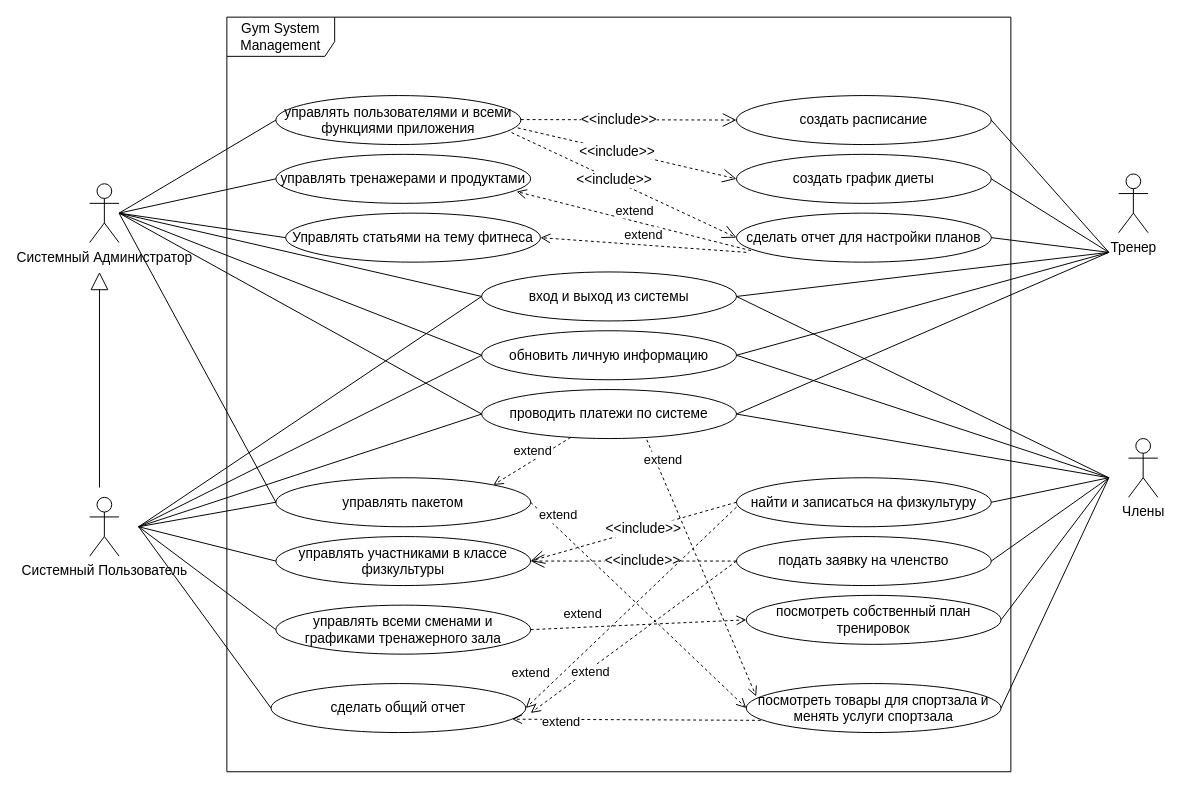
The draw.io diagram page "Use-case Diagram" (3 of 7) of Biểu đồ không có tiêu đề.drawio in quyettranvu/Lab2-3_UML, before the edit. Source tidied: cells renumbered, new cells numbered last; positions are measured from the earlier drawing's top-left corner, leaving out a move shared by most shapes. Both pictures are drawn from the tidied source at 98%, with x=0, y=0 at pixel (89, 17).
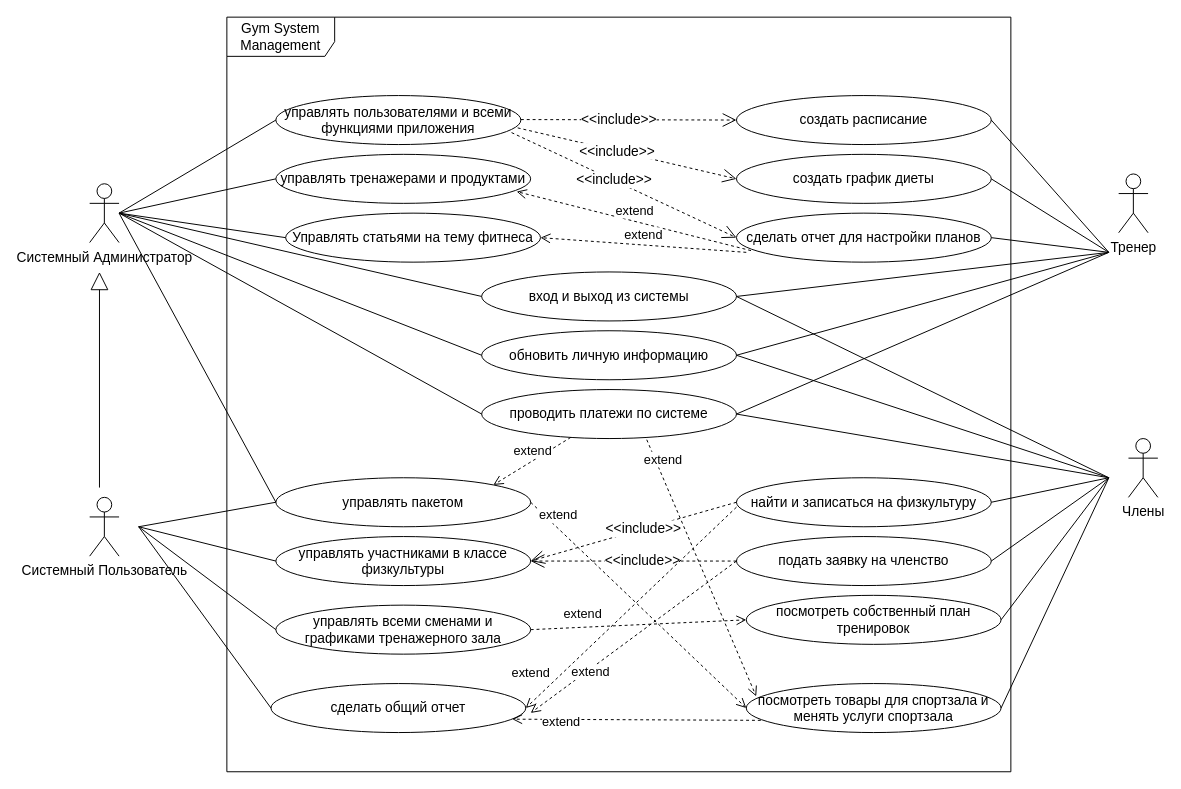
The same page after the edit.

Unchanged cells that the change refers to:
```xml
<mxCell id="10" value="вход и выход из системы" style="ellipse;whiteSpace=wrap;html=1;fontSize=14;" parent="1" vertex="1">
  <mxGeometry x="400" y="260" width="260" height="50" as="geometry" />
</mxCell>
<mxCell id="11" value="обновить личную информацию" style="ellipse;whiteSpace=wrap;html=1;fontSize=14;" parent="1" vertex="1">
  <mxGeometry x="400" y="320" width="260" height="50" as="geometry" />
</mxCell>
<mxCell id="12" value="проводить платежи по системе" style="ellipse;whiteSpace=wrap;html=1;fontSize=14;" parent="1" vertex="1">
  <mxGeometry x="400" y="380" width="260" height="50" as="geometry" />
</mxCell>
```

Change to the diagram source:
```diff
@@
-    <mxCell id="35" style="endArrow=none;endFill=0;endSize=12;html=1;rounded=0;fontSize=13;entryX=0;entryY=0.5;entryDx=0;entryDy=0;" parent="1" edge="1" target="10">
-      <mxGeometry relative="1" as="geometry">
-        <mxPoint x="50" y="520" as="sourcePoint" />
-      </mxGeometry>
-    </mxCell>
-    <mxCell id="36" style="endArrow=none;endFill=0;endSize=12;html=1;rounded=0;fontSize=13;entryX=0;entryY=0.5;entryDx=0;entryDy=0;" parent="1" edge="1" target="11">
-      <mxGeometry relative="1" as="geometry">
-        <mxPoint x="50" y="520" as="sourcePoint" />
-      </mxGeometry>
-    </mxCell>
-    <mxCell id="37" style="endArrow=none;endFill=0;endSize=12;html=1;rounded=0;fontSize=13;entryX=0;entryY=0.5;entryDx=0;entryDy=0;" parent="1" edge="1" target="12">
-      <mxGeometry relative="1" as="geometry">
-        <mxPoint x="50" y="520" as="sourcePoint" />
-      </mxGeometry>
-    </mxCell>
```
